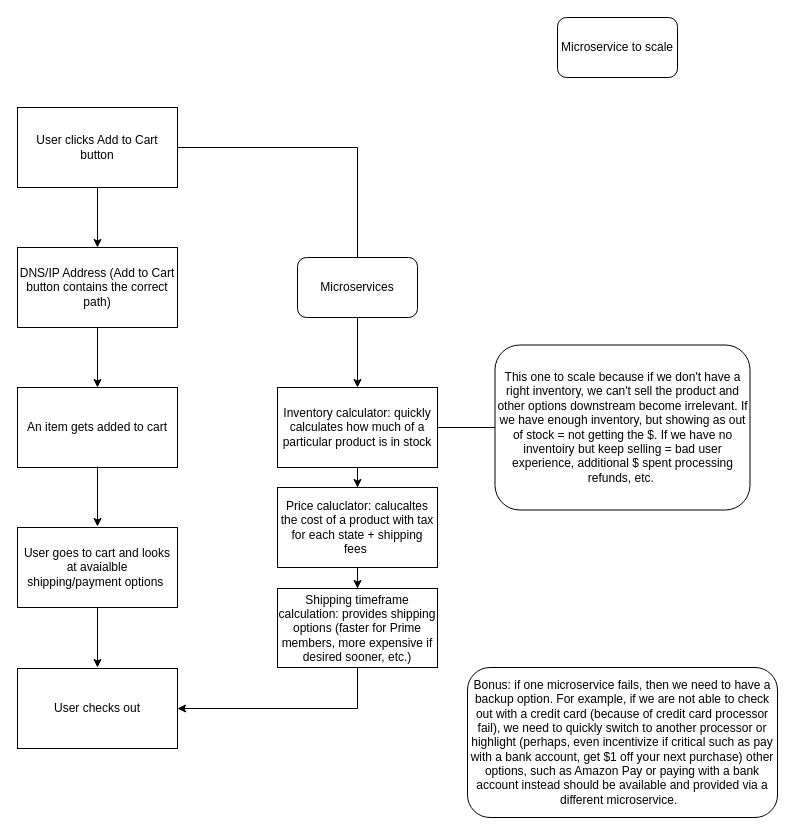
Before: Amazon Checkout.drawio in franik7/ServiceNow-Class, a draw.io diagram. Source tidied: cells renumbered, new cells numbered last; positions are measured from the earlier drawing's top-left corner, leaving out a move shared by most shapes. Both pictures are drawn from the tidied source at 100%, with x=0, y=0 at pixel (17, 17).
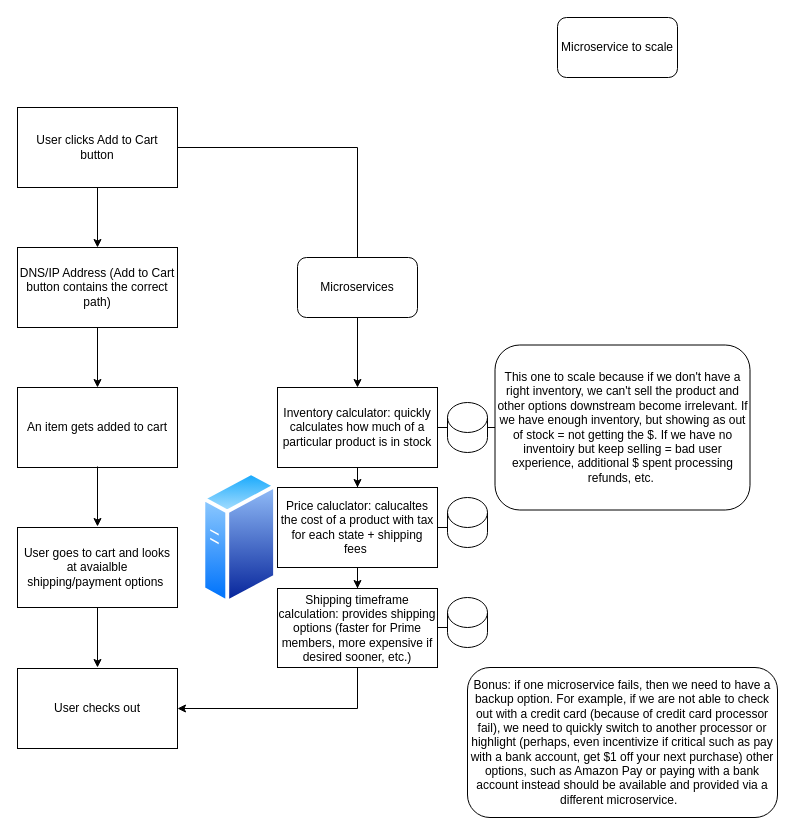
The same diagram, later.

The change refers to these unchanged cells:
```xml
<mxCell id="10" value="Price caluclator: calucaltes the cost of a product with tax for each state + shipping fees&amp;nbsp;" style="rounded=0;whiteSpace=wrap;html=1;" parent="1" vertex="1">
  <mxGeometry x="260" y="470" width="160" height="80" as="geometry" />
</mxCell>
<mxCell id="20" value="This one to scale because if we don't have a right inventory, we can't sell the product and other options downstream become irrelevant. If we have enough inventory, but showing as out of stock = not getting the $. If we have no inventoiry but keep selling = bad user experience, additional $ spent processing refunds, etc.&amp;nbsp;" style="rounded=1;whiteSpace=wrap;html=1;" parent="1" vertex="1">
  <mxGeometry x="477.5" y="327.5" width="255" height="165" as="geometry" />
</mxCell>
```

What changed in the source:
```diff
@@
-    <mxCell id="21" style="endArrow=none;html=1;rounded=0;entryX=0;entryY=0.5;entryDx=0;entryDy=0;" parent="1" edge="1" target="20">
-      <mxGeometry relative="1" as="geometry">
-        <mxPoint x="420" y="410" as="sourcePoint" />
-      </mxGeometry>
+    <mxCell id="21" style="endArrow=none;html=1;rounded=0;entryX=0;entryY=0.5;entryDx=0;entryDy=0;" parent="1" edge="1" source="26" target="20">
+      <mxGeometry relative="1" as="geometry" />
     </mxCell>
@@
+    <mxCell id="23" style="edgeStyle=orthogonalEdgeStyle;rounded=0;orthogonalLoop=1;jettySize=auto;html=1;exitX=0.5;exitY=1;exitDx=0;exitDy=0;" parent="1" edge="1" source="10" target="10">
+      <mxGeometry relative="1" as="geometry" />
+    </mxCell>
+    <mxCell id="24" style="image;perimeter=ellipsePerimeter;html=1;align=center;shadow=0;dashed=0;spacingTop=3;image=img/lib/active_directory/generic_server.svg;" parent="1" vertex="1">
+      <mxGeometry x="184.4" y="453" width="75.6" height="135" as="geometry" />
+    </mxCell>
+    <mxCell id="25" style="endArrow=none;html=1;rounded=0;entryX=0;entryY=0.5;entryDx=0;entryDy=0;" parent="1" edge="1" target="26">
+      <mxGeometry relative="1" as="geometry">
+        <mxPoint x="420" y="410" as="sourcePoint" />
+      </mxGeometry>
+    </mxCell>
+    <mxCell id="26" style="shape=cylinder3;whiteSpace=wrap;html=1;boundedLbl=1;backgroundOutline=1;size=15;" parent="1" vertex="1">
+      <mxGeometry x="430" y="385" width="40" height="50" as="geometry" />
+    </mxCell>
+    <mxCell id="27" style="shape=cylinder3;whiteSpace=wrap;html=1;boundedLbl=1;backgroundOutline=1;size=15;" parent="1" vertex="1">
+      <mxGeometry x="430" y="480" width="40" height="50" as="geometry" />
+    </mxCell>
+    <mxCell id="28" style="endArrow=none;html=1;rounded=0;entryX=1;entryY=0.5;entryDx=0;entryDy=0;exitX=0;exitY=0;exitDx=0;exitDy=30;exitPerimeter=0;" parent="1" edge="1" source="27" target="10">
+      <mxGeometry relative="1" as="geometry" />
+    </mxCell>
+    <mxCell id="29" style="shape=cylinder3;whiteSpace=wrap;html=1;boundedLbl=1;backgroundOutline=1;size=15;" parent="1" vertex="1">
+      <mxGeometry x="430" y="580" width="40" height="50" as="geometry" />
+    </mxCell>
+    <mxCell id="30" style="endArrow=none;html=1;rounded=0;entryX=1;entryY=0.5;entryDx=0;entryDy=0;exitX=0;exitY=0;exitDx=0;exitDy=30;exitPerimeter=0;" parent="1" edge="1" source="29">
+      <mxGeometry relative="1" as="geometry">
+        <mxPoint x="420" y="610" as="targetPoint" />
+      </mxGeometry>
+    </mxCell>
```
